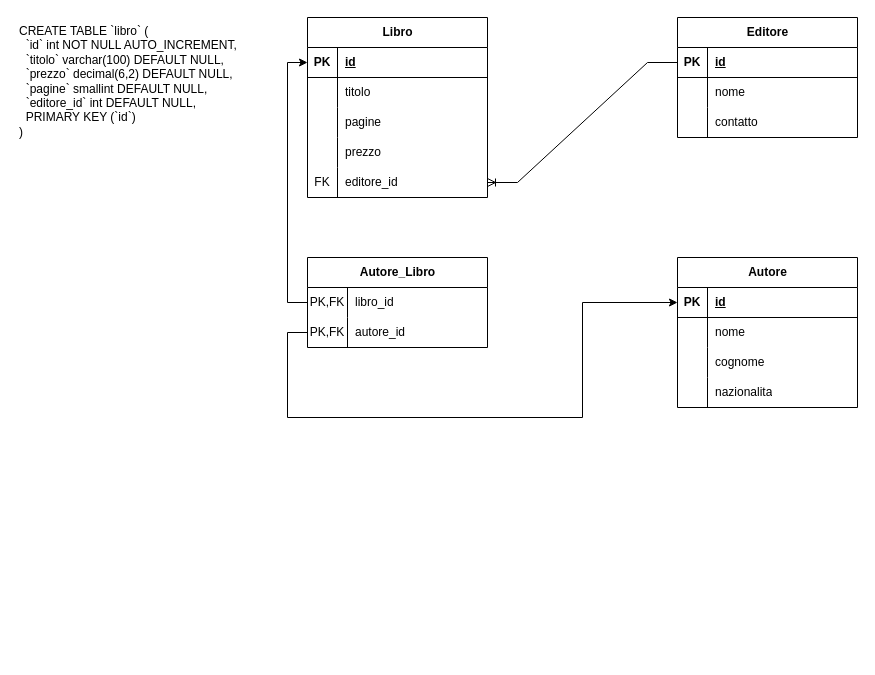
Earlier version of the draw.io diagram page "Pagina-2" (2 of 3) of codice/its2025_dai.drawio (maboglia/ITS2025_DAI). Source tidied: cells renumbered, new cells numbered last; positions are measured from the earlier drawing's top-left corner, leaving out a move shared by most shapes. Both pictures are drawn from the tidied source at 100%, with x=0, y=0 at pixel (17, 17).
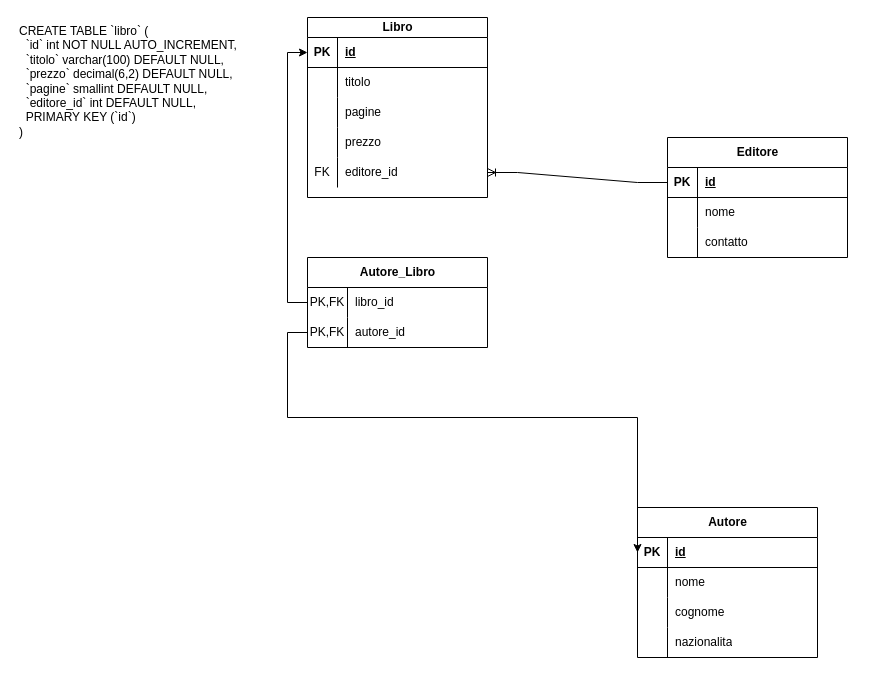
After the change.

Unchanged cells that the change refers to:
```xml
<mxCell id="30" style="shape=tableRow;horizontal=0;startSize=0;swimlaneHead=0;swimlaneBody=0;fillColor=none;points=[[0,0.5],[1,0.5]];portConstraint=eastwest;top=0;left=0;right=0;bottom=1;" parent="29" vertex="1">
  <mxGeometry y="30" width="180" height="30" as="geometry" />
</mxCell>
<mxCell id="46" style="shape=tableRow;horizontal=0;startSize=0;swimlaneHead=0;swimlaneBody=0;fillColor=none;points=[[0,0.5],[1,0.5]];portConstraint=eastwest;top=0;left=0;right=0;bottom=0;" parent="42" vertex="1">
  <mxGeometry y="60" width="180" height="30" as="geometry" />
</mxCell>
```

What changed in the source:
```diff
@@
-    <mxCell id="2" value="Libro" style="shape=table;startSize=30;childLayout=tableLayout;rowLines=0;fontStyle=1;align=center;html=1;" parent="1" vertex="1">
+    <mxCell id="2" value="Libro" style="shape=table;startSize=20;childLayout=tableLayout;rowLines=0;fontStyle=1;align=center;html=1;" parent="1" vertex="1">
       <mxGeometry x="290" width="180" height="180" as="geometry" />
     </mxCell>
     <mxCell id="3" style="shape=tableRow;horizontal=0;startSize=0;swimlaneHead=0;swimlaneBody=0;fillColor=none;points=[[0,0.5],[1,0.5]];portConstraint=eastwest;top=0;left=0;right=0;bottom=1;" parent="2" vertex="1">
-      <mxGeometry y="30" width="180" height="30" as="geometry" />
+      <mxGeometry y="20" width="180" height="30" as="geometry" />
     </mxCell>
@@
     <mxCell id="6" style="shape=tableRow;horizontal=0;startSize=0;swimlaneHead=0;swimlaneBody=0;fillColor=none;top=0;left=0;right=0;bottom=0;" parent="2" vertex="1">
-      <mxGeometry y="60" width="180" height="30" as="geometry" />
+      <mxGeometry y="50" width="180" height="30" as="geometry" />
     </mxCell>
@@
     <mxCell id="9" style="shape=tableRow;horizontal=0;startSize=0;swimlaneHead=0;swimlaneBody=0;fillColor=none;top=0;left=0;right=0;bottom=0;" parent="2" vertex="1">
-      <mxGeometry y="90" width="180" height="30" as="geometry" />
+      <mxGeometry y="80" width="180" height="30" as="geometry" />
     </mxCell>
@@
     <mxCell id="12" style="shape=tableRow;horizontal=0;startSize=0;swimlaneHead=0;swimlaneBody=0;fillColor=none;top=0;left=0;right=0;bottom=0;" parent="2" vertex="1">
-      <mxGeometry y="120" width="180" height="30" as="geometry" />
+      <mxGeometry y="110" width="180" height="30" as="geometry" />
     </mxCell>
@@
     <mxCell id="15" style="shape=tableRow;horizontal=0;startSize=0;swimlaneHead=0;swimlaneBody=0;fillColor=none;points=[[0,0.5],[1,0.5]];portConstraint=eastwest;top=0;left=0;right=0;bottom=0;" parent="2" vertex="1">
-      <mxGeometry y="150" width="180" height="30" as="geometry" />
+      <mxGeometry y="140" width="180" height="30" as="geometry" />
     </mxCell>
@@
     <mxCell id="18" value="Editore" style="shape=table;startSize=30;childLayout=tableLayout;rowLines=0;fontStyle=1;align=center;html=1;" parent="1" vertex="1">
-      <mxGeometry x="660" width="180" height="120" as="geometry" />
+      <mxGeometry x="650" y="120" width="180" height="120" as="geometry" />
     </mxCell>
@@
     <mxCell id="29" value="Autore" style="shape=table;startSize=30;childLayout=tableLayout;rowLines=0;fontStyle=1;align=center;html=1;" parent="1" vertex="1">
-      <mxGeometry x="660" y="240" width="180" height="150" as="geometry" />
+      <mxGeometry x="620" y="490" width="180" height="150" as="geometry" />
     </mxCell>
@@
     <mxCell id="50" style="edgeStyle=orthogonalEdgeStyle;rounded=0;jettySize=auto;html=1;exitX=0;exitY=0.5;exitDx=0;exitDy=0;entryX=0;entryY=0.5;entryDx=0;entryDy=0;" parent="1" edge="1" source="46" target="30">
       <mxGeometry relative="1" as="geometry">
         <Array as="points">
           <mxPoint x="270" y="315" />
           <mxPoint x="270" y="400" />
-          <mxPoint x="565" y="400" />
-          <mxPoint x="565" y="285" />
+          <mxPoint x="620" y="400" />
         </Array>
       </mxGeometry>
     </mxCell>
```
